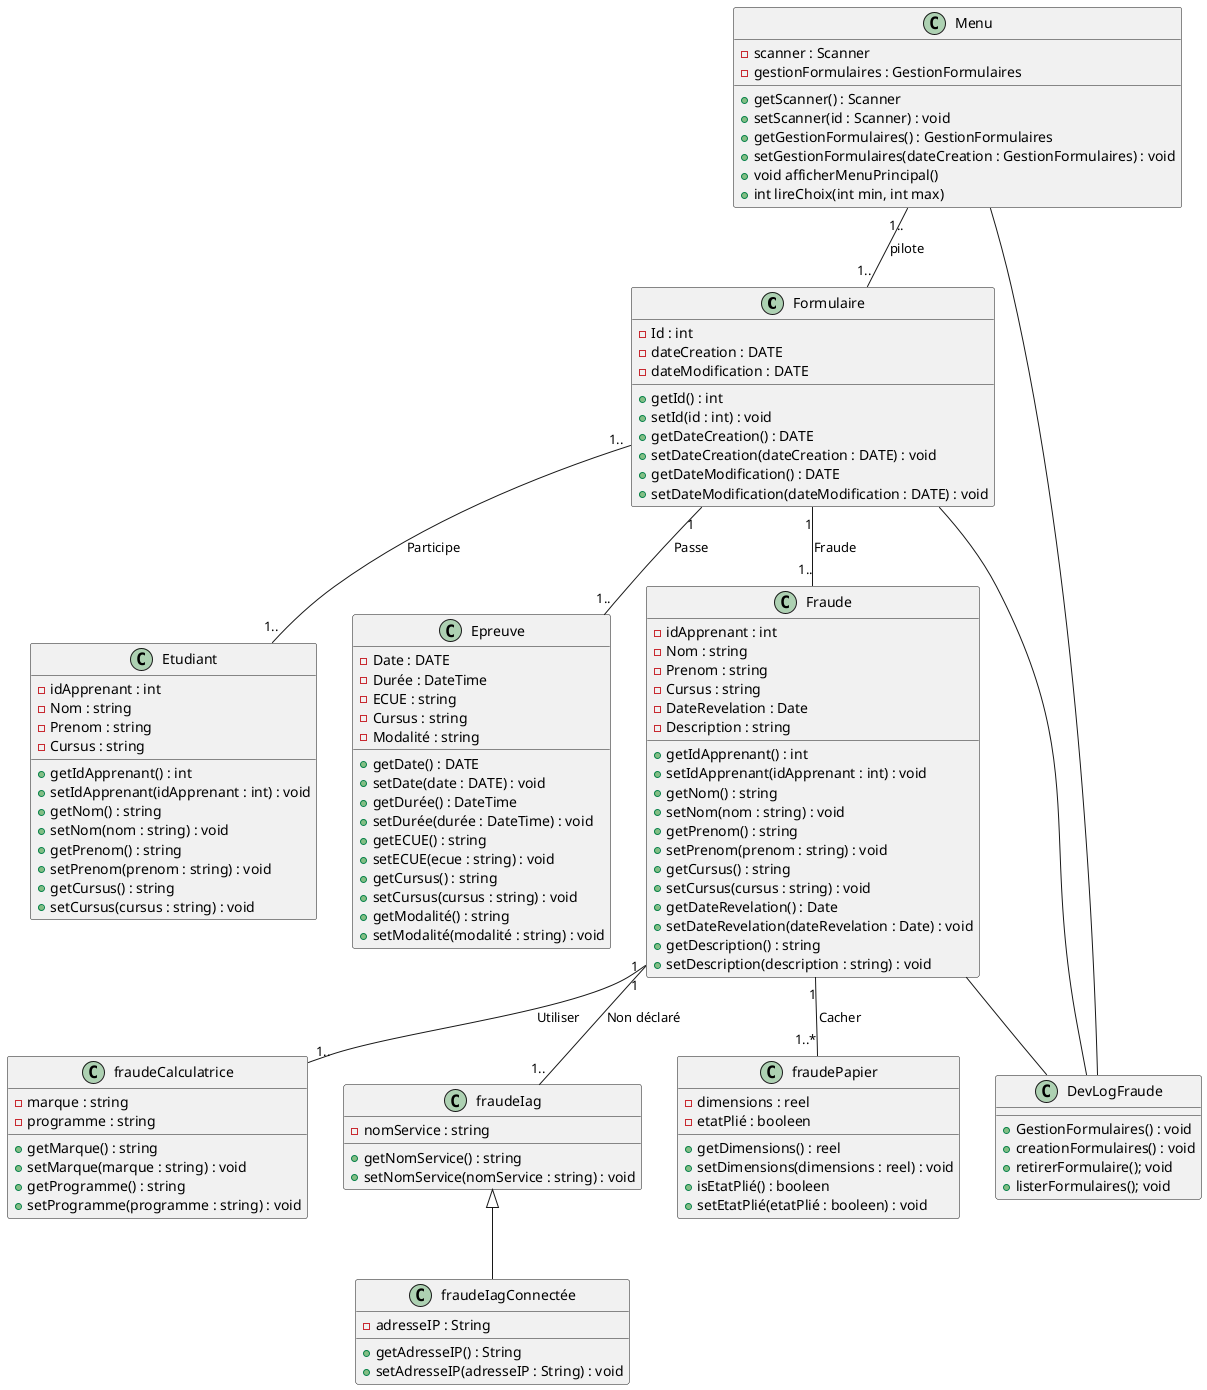
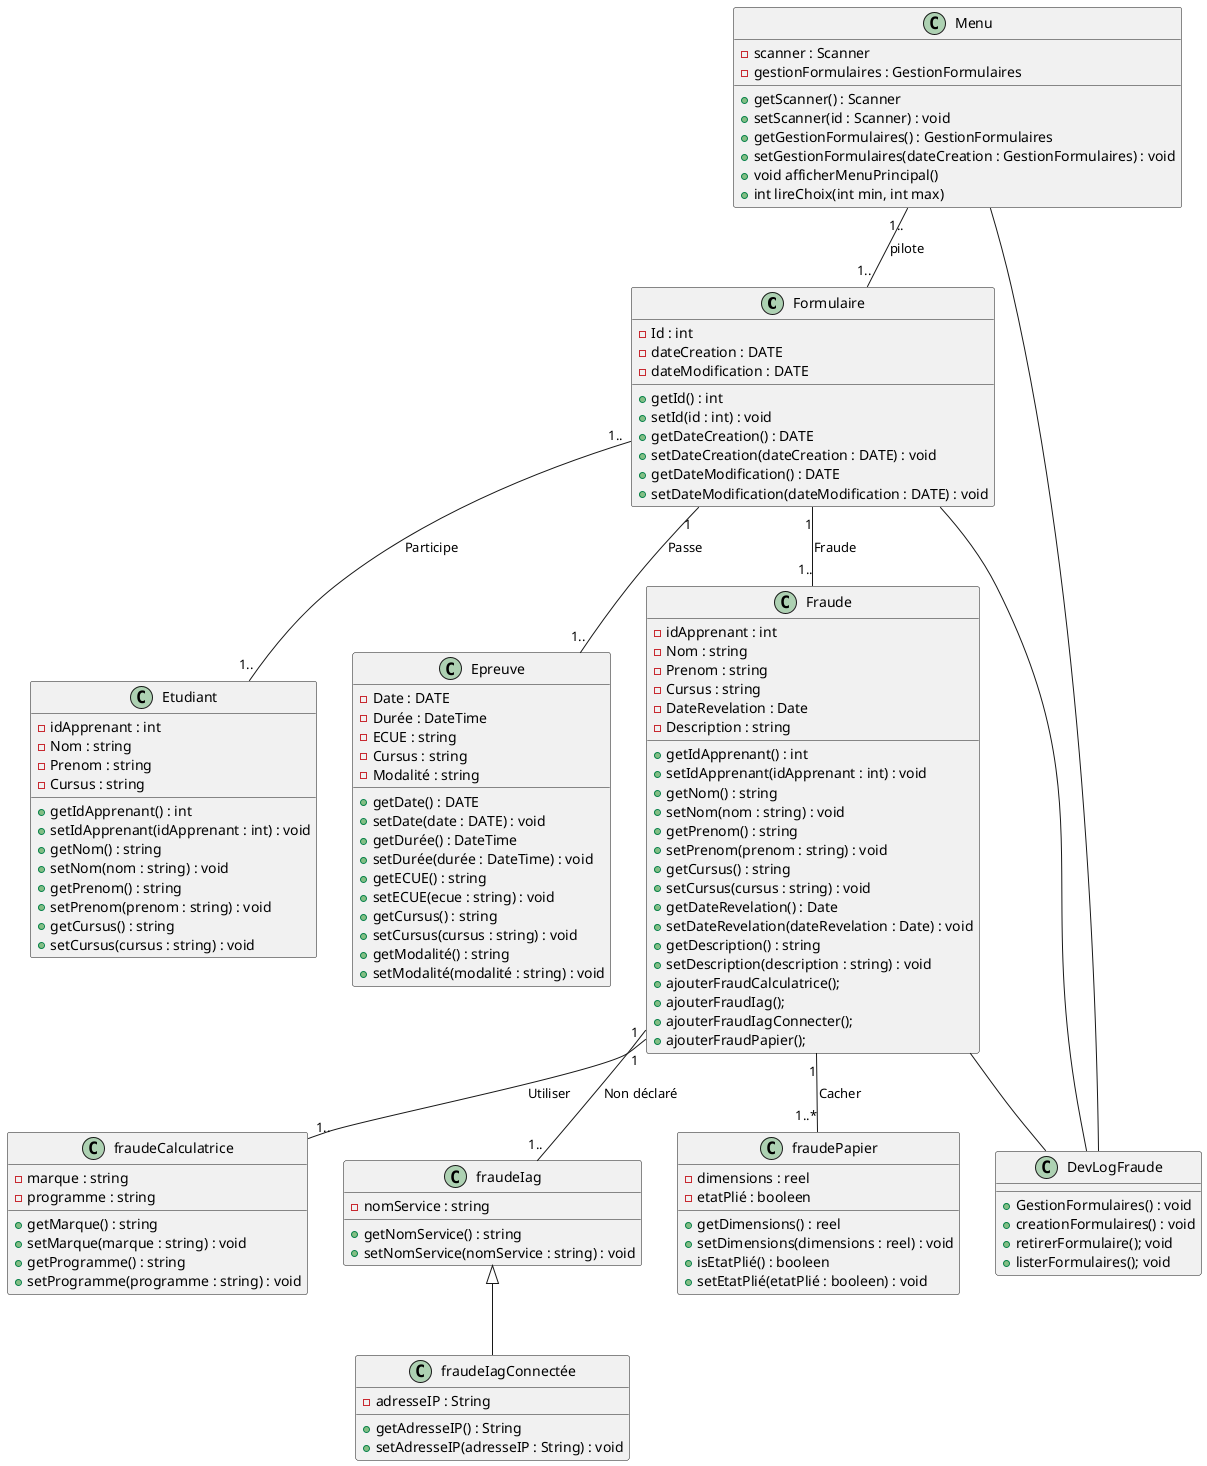
@startuml
' Relations entre les classes
Formulaire "1.."-- "1.." Etudiant : Participe
Menu "1.."-- "1.." Formulaire : pilote
Formulaire "1"-- "1.." Epreuve : Passe
Formulaire "1"-- "1.." Fraude : Fraude
Fraude "1" -- "1.." fraudeCalculatrice : Utiliser
Fraude "1" -- "1.." fraudeIag : Non déclaré
fraudeIag <|-- fraudeIagConnectée
Fraude "1" -- "1..*" fraudePapier : Cacher
Formulaire -- DevLogFraude
Fraude -- DevLogFraude
Menu -- DevLogFraude
' ----------------------------
' Classe DevLogFraude
' ----------------------------
class DevLogFraude {
+GestionFormulaires() : void
+creationFormulaires() : void
+retirerFormulaire(); void
+listerFormulaires(); void
}
' ----------------------------
' Classe Menu
' ----------------------------
class Menu {
    -scanner : Scanner
    -gestionFormulaires : GestionFormulaires
    +getScanner() : Scanner
    +setScanner(id : Scanner) : void
    +getGestionFormulaires() : GestionFormulaires
    +setGestionFormulaires(dateCreation : GestionFormulaires) : void
    +void afficherMenuPrincipal()
    +int lireChoix(int min, int max)
}

' ----------------------------
' Classe Formulaire
' ----------------------------
class Formulaire {
    -Id : int
    -dateCreation : DATE
    -dateModification : DATE
    +getId() : int
    +setId(id : int) : void
    +getDateCreation() : DATE
    +setDateCreation(dateCreation : DATE) : void
    +getDateModification() : DATE
    +setDateModification(dateModification : DATE) : void


}

' ----------------------------
' Classe Epreuve
' ----------------------------
class Epreuve {
    -Date : DATE
    -Durée : DateTime
    -ECUE : string
    -Cursus : string
    -Modalité : string
    +getDate() : DATE
    +setDate(date : DATE) : void
    +getDurée() : DateTime
    +setDurée(durée : DateTime) : void
    +getECUE() : string
    +setECUE(ecue : string) : void
    +getCursus() : string
    +setCursus(cursus : string) : void
    +getModalité() : string
    +setModalité(modalité : string) : void
}

' ----------------------------
' Classe Etudiant
' ----------------------------
class Etudiant {
    -idApprenant : int
    -Nom : string
    -Prenom : string
    -Cursus : string
    +getIdApprenant() : int
    +setIdApprenant(idApprenant : int) : void
    +getNom() : string
    +setNom(nom : string) : void
    +getPrenom() : string
    +setPrenom(prenom : string) : void
    +getCursus() : string
    +setCursus(cursus : string) : void
}

' ----------------------------
' Classe Fraude
' ----------------------------
class Fraude {
    -idApprenant : int
    -Nom : string
    -Prenom : string
    -Cursus : string
    -DateRevelation : Date
    -Description : string
    +getIdApprenant() : int
    +setIdApprenant(idApprenant : int) : void
    +getNom() : string
    +setNom(nom : string) : void
    +getPrenom() : string
    +setPrenom(prenom : string) : void
    +getCursus() : string
    +setCursus(cursus : string) : void
    +getDateRevelation() : Date
    +setDateRevelation(dateRevelation : Date) : void
    +getDescription() : string
    +setDescription(description : string) : void
+     +ajouterFraudCalculatrice();
+     +ajouterFraudIag();
+     +ajouterFraudIagConnecter();
+     +ajouterFraudPapier();
}

' ----------------------------
' Classe fraudeCalculatrice
' ----------------------------
class fraudeCalculatrice {
    -marque : string
    -programme : string
    +getMarque() : string
    +setMarque(marque : string) : void
    +getProgramme() : string
    +setProgramme(programme : string) : void
+ 
}

' ----------------------------
' Classe fraudeIag
' ----------------------------
class fraudeIag {
    -nomService : string
    +getNomService() : string
    +setNomService(nomService : string) : void
}

' ----------------------------
' Classe fraudeIagConnectée
' ----------------------------
class fraudeIagConnectée {
    -adresseIP : String
    +getAdresseIP() : String
    +setAdresseIP(adresseIP : String) : void
}

' ----------------------------
' Classe fraudePapier
' ----------------------------
class fraudePapier {
    -dimensions : reel
    -etatPlié : booleen
    +getDimensions() : reel
    +setDimensions(dimensions : reel) : void
    +isEtatPlié() : booleen
    +setEtatPlié(etatPlié : booleen) : void
}

@enduml